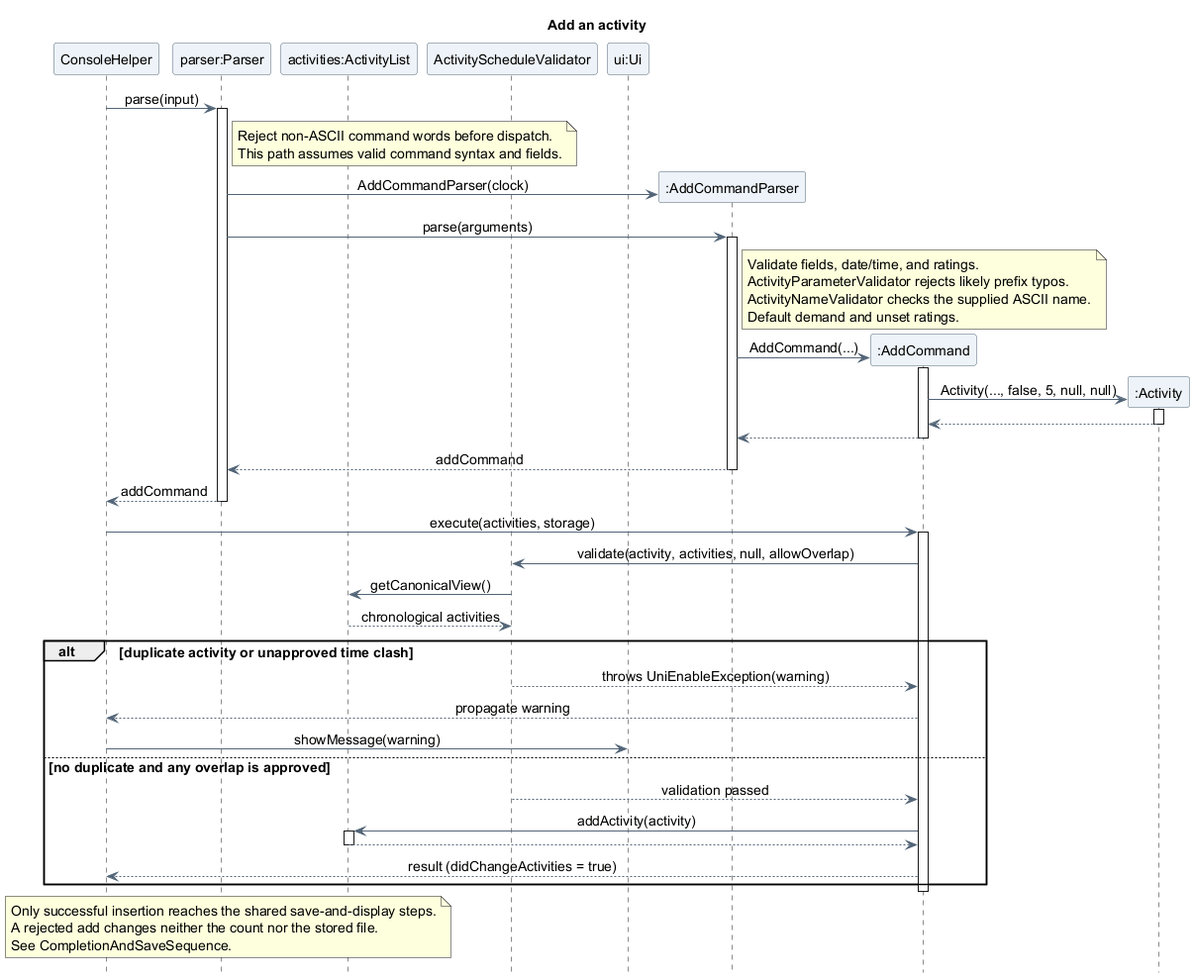
The PlantUML diagram docs/images/atharva/sequence/AddActivitySequence.png in AY2627S1-CS2113-T10-4/tp, before a commit.
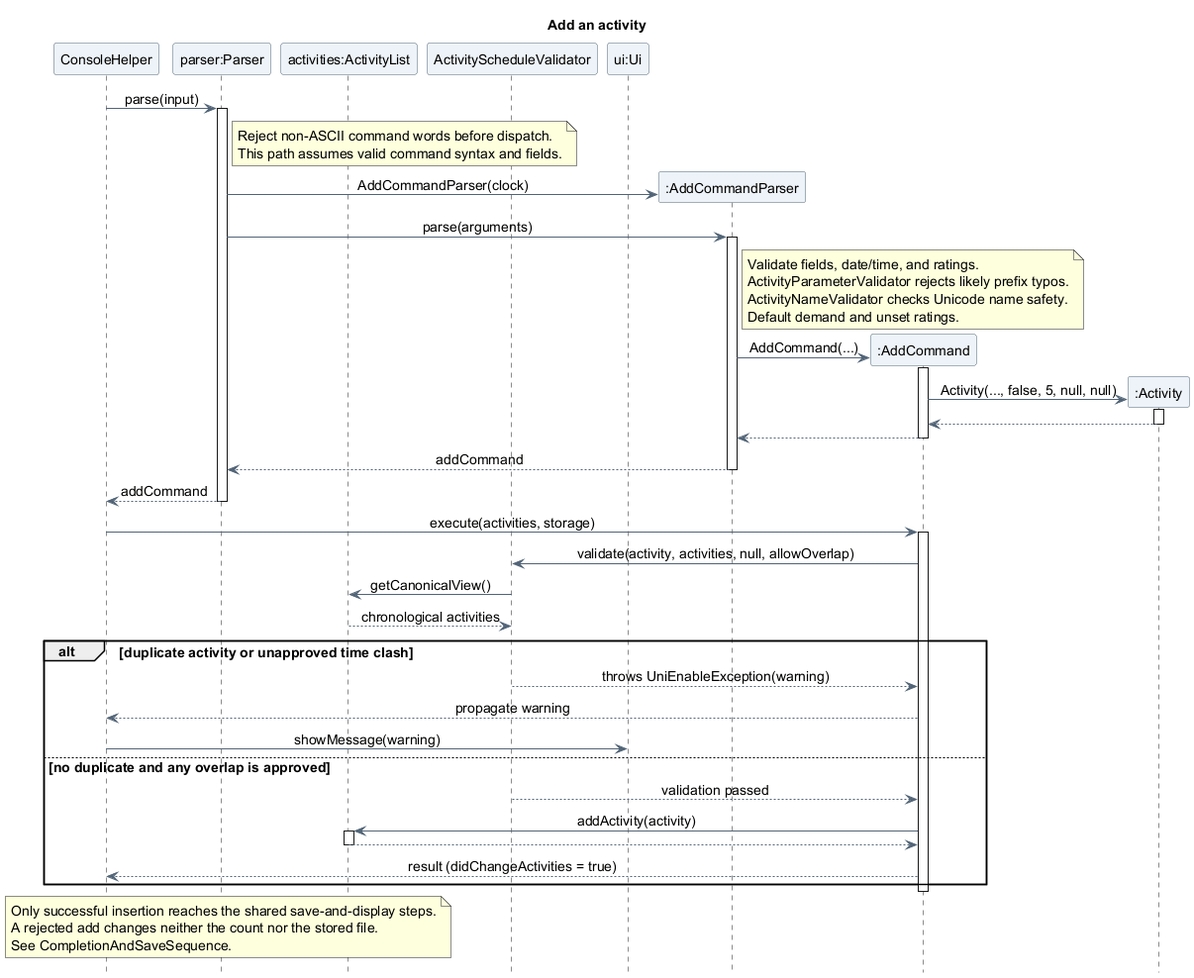
Later version of the same file.

The edit, as a diff of the source:
```diff
@@ -29,7 +29,7 @@
 note right of AddParser
   Validate fields, date/time, and ratings.
   ActivityParameterValidator rejects likely prefix typos.
-  ActivityNameValidator checks the supplied ASCII name.
+  ActivityNameValidator checks Unicode name safety.
   Default demand and unset ratings.
 end note
 create participant ":AddCommand" as Add
```
